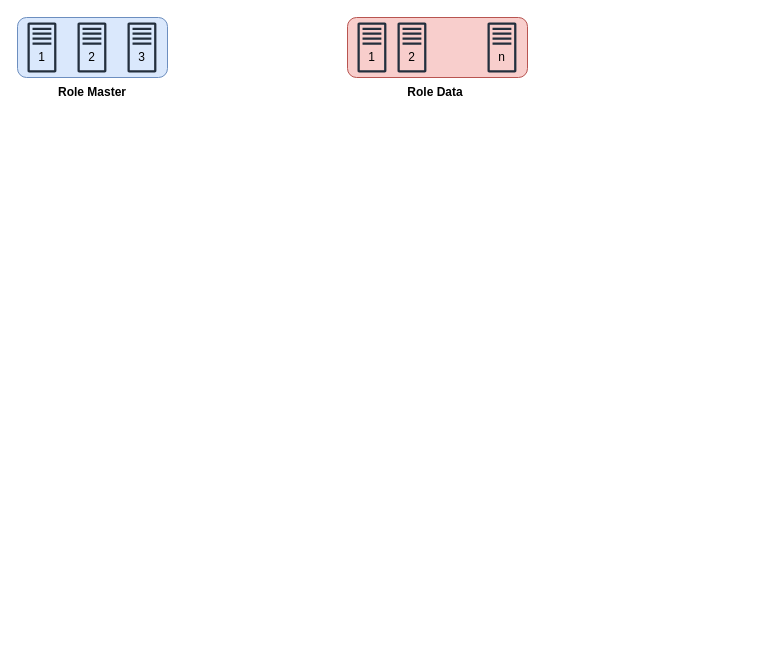
khinhvuphiduong/diagrams.net keeps this draw.io diagram as KiotViet-Search.drawio. Above is the earlier version. Source tidied: cells renumbered, new cells numbered last; positions are measured from the earlier drawing's top-left corner, leaving out a move shared by most shapes. Both pictures are drawn from the tidied source at 100%, with x=0, y=0 at pixel (17, 17).
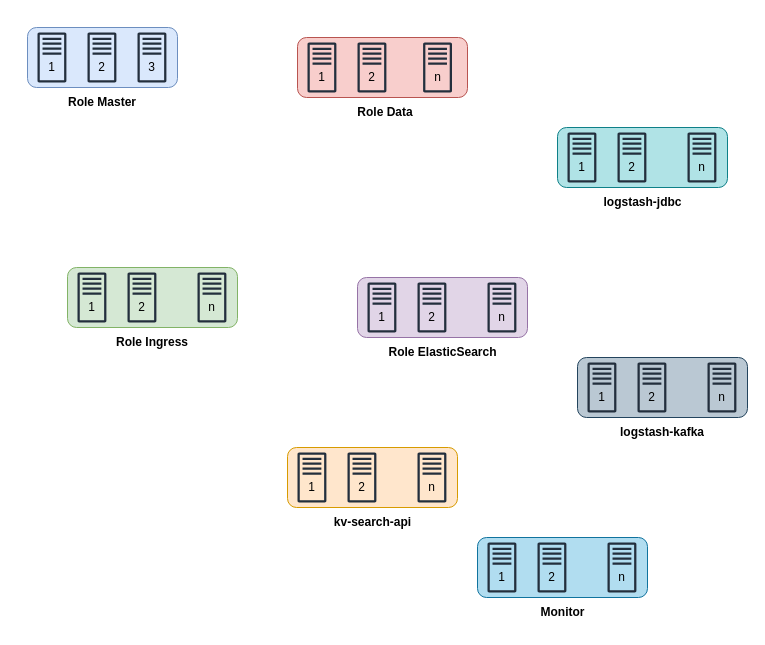
The same diagram, later.

Diff of the diagram source:
```diff
@@
     <mxCell id="2" style="group;" parent="1" vertex="1">
-      <mxGeometry x="330" width="180" height="90" as="geometry" />
+      <mxGeometry x="280" y="20" width="180" height="90" as="geometry" />
     </mxCell>
     <mxCell id="3" style="rounded=1;whiteSpace=wrap;html=1;fillColor=#f8cecc;strokeColor=#b85450;" parent="2" vertex="1">
-      <mxGeometry width="180" height="60" as="geometry" />
+      <mxGeometry width="170" height="60" as="geometry" />
     </mxCell>
     <mxCell id="4" style="sketch=0;fontColor=#232F3E;gradientColor=none;fillColor=#232F3D;strokeColor=none;dashed=0;verticalLabelPosition=bottom;verticalAlign=top;align=center;html=1;fontSize=12;fontStyle=0;shape=mxgraph.aws4.traditional_server;" parent="2" vertex="1">
-      <mxGeometry x="50" y="5" width="28.9" height="50" as="geometry" />
+      <mxGeometry x="60" y="5" width="28.9" height="50" as="geometry" />
     </mxCell>
     <mxCell id="5" value="2" style="text;html=1;align=center;verticalAlign=middle;whiteSpace=wrap;rounded=0;" parent="2" vertex="1">
-      <mxGeometry x="52.9" y="25" width="23" height="30" as="geometry" />
+      <mxGeometry x="62.9" y="25" width="23" height="30" as="geometry" />
     </mxCell>
@@
     <mxCell id="8" style="sketch=0;fontColor=#232F3E;gradientColor=none;fillColor=#232F3D;strokeColor=none;dashed=0;verticalLabelPosition=bottom;verticalAlign=top;align=center;html=1;fontSize=12;fontStyle=0;shape=mxgraph.aws4.traditional_server;" parent="2" vertex="1">
-      <mxGeometry x="140" y="5" width="28.9" height="50" as="geometry" />
+      <mxGeometry x="125.6" y="5" width="28.9" height="50" as="geometry" />
     </mxCell>
     <mxCell id="9" value="n" style="text;html=1;align=center;verticalAlign=middle;whiteSpace=wrap;rounded=0;" parent="2" vertex="1">
-      <mxGeometry x="142.9" y="25" width="23" height="30" as="geometry" />
+      <mxGeometry x="128.5" y="25" width="23" height="30" as="geometry" />
     </mxCell>
@@
     <mxCell id="11" style="group;" parent="1" vertex="1">
-      <mxGeometry width="150" height="90" as="geometry" />
+      <mxGeometry x="50" y="250" width="170" height="90" as="geometry" />
     </mxCell>
-    <mxCell id="12" value="Role Master" style="text;html=1;align=center;verticalAlign=middle;whiteSpace=wrap;rounded=0;fontStyle=1;" parent="11" vertex="1">
-      <mxGeometry x="37.2" y="60" width="75.6" height="30" as="geometry" />
+    <mxCell id="12" value="Role Ingress" style="text;html=1;align=center;verticalAlign=middle;whiteSpace=wrap;rounded=0;fontStyle=1;" parent="11" vertex="1">
+      <mxGeometry x="47.2" y="60" width="75.6" height="30" as="geometry" />
     </mxCell>
-    <mxCell id="13" style="rounded=1;whiteSpace=wrap;html=1;fillColor=#dae8fc;strokeColor=#6c8ebf;" parent="11" vertex="1">
-      <mxGeometry width="150" height="60" as="geometry" />
+    <mxCell id="13" style="rounded=1;whiteSpace=wrap;html=1;fillColor=#d5e8d4;strokeColor=#82b366;" parent="11" vertex="1">
+      <mxGeometry width="170" height="60" as="geometry" />
     </mxCell>
@@
     <mxCell id="16" style="sketch=0;fontColor=#232F3E;gradientColor=none;fillColor=#232F3D;strokeColor=none;dashed=0;verticalLabelPosition=bottom;verticalAlign=top;align=center;html=1;fontSize=12;fontStyle=0;shape=mxgraph.aws4.traditional_server;" parent="11" vertex="1">
-      <mxGeometry x="110" y="5" width="28.9" height="50" as="geometry" />
+      <mxGeometry x="130" y="5" width="28.9" height="50" as="geometry" />
     </mxCell>
@@
-    <mxCell id="19" value="3" style="text;html=1;align=center;verticalAlign=middle;whiteSpace=wrap;rounded=0;" parent="11" vertex="1">
-      <mxGeometry x="112.9" y="25" width="23" height="30" as="geometry" />
+    <mxCell id="19" value="n" style="text;html=1;align=center;verticalAlign=middle;whiteSpace=wrap;rounded=0;" parent="11" vertex="1">
+      <mxGeometry x="132.9" y="25" width="23" height="30" as="geometry" />
     </mxCell>
+    <mxCell id="20" style="group;" parent="1" vertex="1">
+      <mxGeometry x="10" y="10" width="150" height="90" as="geometry" />
+    </mxCell>
+    <mxCell id="21" value="Role Master" style="text;html=1;align=center;verticalAlign=middle;whiteSpace=wrap;rounded=0;fontStyle=1;" parent="20" vertex="1">
+      <mxGeometry x="37.2" y="60" width="75.6" height="30" as="geometry" />
+    </mxCell>
+    <mxCell id="22" style="rounded=1;whiteSpace=wrap;html=1;fillColor=#dae8fc;strokeColor=#6c8ebf;" parent="20" vertex="1">
+      <mxGeometry width="150" height="60" as="geometry" />
+    </mxCell>
+    <mxCell id="23" style="sketch=0;fontColor=#232F3E;gradientColor=none;fillColor=#232F3D;strokeColor=none;dashed=0;verticalLabelPosition=bottom;verticalAlign=top;align=center;html=1;fontSize=12;fontStyle=0;shape=mxgraph.aws4.traditional_server;" parent="20" vertex="1">
+      <mxGeometry x="10" y="5" width="28.9" height="50" as="geometry" />
+    </mxCell>
+    <mxCell id="24" style="sketch=0;fontColor=#232F3E;gradientColor=none;fillColor=#232F3D;strokeColor=none;dashed=0;verticalLabelPosition=bottom;verticalAlign=top;align=center;html=1;fontSize=12;fontStyle=0;shape=mxgraph.aws4.traditional_server;" parent="20" vertex="1">
+      <mxGeometry x="60" y="5" width="28.9" height="50" as="geometry" />
+    </mxCell>
+    <mxCell id="25" style="sketch=0;fontColor=#232F3E;gradientColor=none;fillColor=#232F3D;strokeColor=none;dashed=0;verticalLabelPosition=bottom;verticalAlign=top;align=center;html=1;fontSize=12;fontStyle=0;shape=mxgraph.aws4.traditional_server;" parent="20" vertex="1">
+      <mxGeometry x="110" y="5" width="28.9" height="50" as="geometry" />
+    </mxCell>
+    <mxCell id="26" value="1" style="text;html=1;align=center;verticalAlign=middle;whiteSpace=wrap;rounded=0;" parent="20" vertex="1">
+      <mxGeometry x="12.9" y="25" width="23" height="30" as="geometry" />
+    </mxCell>
+    <mxCell id="27" value="2" style="text;html=1;align=center;verticalAlign=middle;whiteSpace=wrap;rounded=0;" parent="20" vertex="1">
+      <mxGeometry x="62.9" y="25" width="23" height="30" as="geometry" />
+    </mxCell>
+    <mxCell id="28" value="3" style="text;html=1;align=center;verticalAlign=middle;whiteSpace=wrap;rounded=0;" parent="20" vertex="1">
+      <mxGeometry x="112.9" y="25" width="23" height="30" as="geometry" />
+    </mxCell>
+    <mxCell id="29" style="group;" parent="1" vertex="1">
+      <mxGeometry x="340" y="260" width="170" height="90" as="geometry" />
+    </mxCell>
+    <mxCell id="30" value="Role ElasticSearch" style="text;html=1;align=center;verticalAlign=middle;whiteSpace=wrap;rounded=0;fontStyle=1;" parent="29" vertex="1">
+      <mxGeometry x="28.6" y="60" width="112.8" height="30" as="geometry" />
+    </mxCell>
+    <mxCell id="31" style="rounded=1;whiteSpace=wrap;html=1;fillColor=#e1d5e7;strokeColor=#9673a6;" parent="29" vertex="1">
+      <mxGeometry width="170" height="60" as="geometry" />
+    </mxCell>
+    <mxCell id="32" style="sketch=0;fontColor=#232F3E;gradientColor=none;fillColor=#232F3D;strokeColor=none;dashed=0;verticalLabelPosition=bottom;verticalAlign=top;align=center;html=1;fontSize=12;fontStyle=0;shape=mxgraph.aws4.traditional_server;" parent="29" vertex="1">
+      <mxGeometry x="10" y="5" width="28.9" height="50" as="geometry" />
+    </mxCell>
+    <mxCell id="33" style="sketch=0;fontColor=#232F3E;gradientColor=none;fillColor=#232F3D;strokeColor=none;dashed=0;verticalLabelPosition=bottom;verticalAlign=top;align=center;html=1;fontSize=12;fontStyle=0;shape=mxgraph.aws4.traditional_server;" parent="29" vertex="1">
+      <mxGeometry x="60" y="5" width="28.9" height="50" as="geometry" />
+    </mxCell>
+    <mxCell id="34" style="sketch=0;fontColor=#232F3E;gradientColor=none;fillColor=#232F3D;strokeColor=none;dashed=0;verticalLabelPosition=bottom;verticalAlign=top;align=center;html=1;fontSize=12;fontStyle=0;shape=mxgraph.aws4.traditional_server;" parent="29" vertex="1">
+      <mxGeometry x="130" y="5" width="28.9" height="50" as="geometry" />
+    </mxCell>
+    <mxCell id="35" value="1" style="text;html=1;align=center;verticalAlign=middle;whiteSpace=wrap;rounded=0;" parent="29" vertex="1">
+      <mxGeometry x="12.9" y="25" width="23" height="30" as="geometry" />
+    </mxCell>
+    <mxCell id="36" value="2" style="text;html=1;align=center;verticalAlign=middle;whiteSpace=wrap;rounded=0;" parent="29" vertex="1">
+      <mxGeometry x="62.9" y="25" width="23" height="30" as="geometry" />
+    </mxCell>
+    <mxCell id="37" value="n" style="text;html=1;align=center;verticalAlign=middle;whiteSpace=wrap;rounded=0;" parent="29" vertex="1">
+      <mxGeometry x="132.9" y="25" width="23" height="30" as="geometry" />
+    </mxCell>
+    <mxCell id="38" style="group;" parent="1" vertex="1">
+      <mxGeometry x="270" y="430" width="170" height="90" as="geometry" />
+    </mxCell>
+    <mxCell id="39" value="kv-search-api" style="text;html=1;align=center;verticalAlign=middle;whiteSpace=wrap;rounded=0;fontStyle=1;" parent="38" vertex="1">
+      <mxGeometry x="43.6" y="60" width="82.8" height="30" as="geometry" />
+    </mxCell>
+    <mxCell id="40" style="rounded=1;whiteSpace=wrap;html=1;fillColor=#ffe6cc;strokeColor=#d79b00;" parent="38" vertex="1">
+      <mxGeometry width="170" height="60" as="geometry" />
+    </mxCell>
+    <mxCell id="41" style="sketch=0;fontColor=#232F3E;gradientColor=none;fillColor=#232F3D;strokeColor=none;dashed=0;verticalLabelPosition=bottom;verticalAlign=top;align=center;html=1;fontSize=12;fontStyle=0;shape=mxgraph.aws4.traditional_server;" parent="38" vertex="1">
+      <mxGeometry x="10" y="5" width="28.9" height="50" as="geometry" />
+    </mxCell>
+    <mxCell id="42" style="sketch=0;fontColor=#232F3E;gradientColor=none;fillColor=#232F3D;strokeColor=none;dashed=0;verticalLabelPosition=bottom;verticalAlign=top;align=center;html=1;fontSize=12;fontStyle=0;shape=mxgraph.aws4.traditional_server;" parent="38" vertex="1">
+      <mxGeometry x="60" y="5" width="28.9" height="50" as="geometry" />
+    </mxCell>
+    <mxCell id="43" style="sketch=0;fontColor=#232F3E;gradientColor=none;fillColor=#232F3D;strokeColor=none;dashed=0;verticalLabelPosition=bottom;verticalAlign=top;align=center;html=1;fontSize=12;fontStyle=0;shape=mxgraph.aws4.traditional_server;" parent="38" vertex="1">
+      <mxGeometry x="130" y="5" width="28.9" height="50" as="geometry" />
+    </mxCell>
+    <mxCell id="44" value="1" style="text;html=1;align=center;verticalAlign=middle;whiteSpace=wrap;rounded=0;" parent="38" vertex="1">
+      <mxGeometry x="12.9" y="25" width="23" height="30" as="geometry" />
+    </mxCell>
+    <mxCell id="45" value="2" style="text;html=1;align=center;verticalAlign=middle;whiteSpace=wrap;rounded=0;" parent="38" vertex="1">
+      <mxGeometry x="62.9" y="25" width="23" height="30" as="geometry" />
+    </mxCell>
+    <mxCell id="46" value="n" style="text;html=1;align=center;verticalAlign=middle;whiteSpace=wrap;rounded=0;" parent="38" vertex="1">
+      <mxGeometry x="132.9" y="25" width="23" height="30" as="geometry" />
+    </mxCell>
+    <mxCell id="47" style="group;" parent="1" vertex="1">
+      <mxGeometry x="540" y="110" width="170" height="90" as="geometry" />
+    </mxCell>
+    <mxCell id="48" value="logstash-jdbc" style="text;html=1;align=center;verticalAlign=middle;whiteSpace=wrap;rounded=0;fontStyle=1;" parent="47" vertex="1">
+      <mxGeometry x="43.6" y="60" width="82.8" height="30" as="geometry" />
+    </mxCell>
+    <mxCell id="49" style="rounded=1;whiteSpace=wrap;html=1;fillColor=#b0e3e6;strokeColor=#0e8088;" parent="47" vertex="1">
+      <mxGeometry width="170" height="60" as="geometry" />
+    </mxCell>
+    <mxCell id="50" style="sketch=0;fontColor=#232F3E;gradientColor=none;fillColor=#232F3D;strokeColor=none;dashed=0;verticalLabelPosition=bottom;verticalAlign=top;align=center;html=1;fontSize=12;fontStyle=0;shape=mxgraph.aws4.traditional_server;" parent="47" vertex="1">
+      <mxGeometry x="10" y="5" width="28.9" height="50" as="geometry" />
+    </mxCell>
+    <mxCell id="51" style="sketch=0;fontColor=#232F3E;gradientColor=none;fillColor=#232F3D;strokeColor=none;dashed=0;verticalLabelPosition=bottom;verticalAlign=top;align=center;html=1;fontSize=12;fontStyle=0;shape=mxgraph.aws4.traditional_server;" parent="47" vertex="1">
+      <mxGeometry x="60" y="5" width="28.9" height="50" as="geometry" />
+    </mxCell>
+    <mxCell id="52" style="sketch=0;fontColor=#232F3E;gradientColor=none;fillColor=#232F3D;strokeColor=none;dashed=0;verticalLabelPosition=bottom;verticalAlign=top;align=center;html=1;fontSize=12;fontStyle=0;shape=mxgraph.aws4.traditional_server;" parent="47" vertex="1">
+      <mxGeometry x="130" y="5" width="28.9" height="50" as="geometry" />
+    </mxCell>
+    <mxCell id="53" value="1" style="text;html=1;align=center;verticalAlign=middle;whiteSpace=wrap;rounded=0;" parent="47" vertex="1">
+      <mxGeometry x="12.9" y="25" width="23" height="30" as="geometry" />
+    </mxCell>
+    <mxCell id="54" value="2" style="text;html=1;align=center;verticalAlign=middle;whiteSpace=wrap;rounded=0;" parent="47" vertex="1">
+      <mxGeometry x="62.9" y="25" width="23" height="30" as="geometry" />
+    </mxCell>
+    <mxCell id="55" value="n" style="text;html=1;align=center;verticalAlign=middle;whiteSpace=wrap;rounded=0;" parent="47" vertex="1">
+      <mxGeometry x="132.9" y="25" width="23" height="30" as="geometry" />
+    </mxCell>
+    <mxCell id="56" style="group;" parent="1" vertex="1">
+      <mxGeometry x="560" y="340" width="170" height="90" as="geometry" />
+    </mxCell>
+    <mxCell id="57" value="logstash-kafka" style="text;html=1;align=center;verticalAlign=middle;whiteSpace=wrap;rounded=0;fontStyle=1;" parent="56" vertex="1">
+      <mxGeometry x="36.8" y="60" width="96.4" height="30" as="geometry" />
+    </mxCell>
+    <mxCell id="58" style="rounded=1;whiteSpace=wrap;html=1;fillColor=#bac8d3;strokeColor=#23445d;" parent="56" vertex="1">
+      <mxGeometry width="170" height="60" as="geometry" />
+    </mxCell>
+    <mxCell id="59" style="sketch=0;fontColor=#232F3E;gradientColor=none;fillColor=#232F3D;strokeColor=none;dashed=0;verticalLabelPosition=bottom;verticalAlign=top;align=center;html=1;fontSize=12;fontStyle=0;shape=mxgraph.aws4.traditional_server;" parent="56" vertex="1">
+      <mxGeometry x="10" y="5" width="28.9" height="50" as="geometry" />
+    </mxCell>
+    <mxCell id="60" style="sketch=0;fontColor=#232F3E;gradientColor=none;fillColor=#232F3D;strokeColor=none;dashed=0;verticalLabelPosition=bottom;verticalAlign=top;align=center;html=1;fontSize=12;fontStyle=0;shape=mxgraph.aws4.traditional_server;" parent="56" vertex="1">
+      <mxGeometry x="60" y="5" width="28.9" height="50" as="geometry" />
+    </mxCell>
+    <mxCell id="61" style="sketch=0;fontColor=#232F3E;gradientColor=none;fillColor=#232F3D;strokeColor=none;dashed=0;verticalLabelPosition=bottom;verticalAlign=top;align=center;html=1;fontSize=12;fontStyle=0;shape=mxgraph.aws4.traditional_server;" parent="56" vertex="1">
+      <mxGeometry x="130" y="5" width="28.9" height="50" as="geometry" />
+    </mxCell>
+    <mxCell id="62" value="1" style="text;html=1;align=center;verticalAlign=middle;whiteSpace=wrap;rounded=0;" parent="56" vertex="1">
+      <mxGeometry x="12.9" y="25" width="23" height="30" as="geometry" />
+    </mxCell>
+    <mxCell id="63" value="2" style="text;html=1;align=center;verticalAlign=middle;whiteSpace=wrap;rounded=0;" parent="56" vertex="1">
+      <mxGeometry x="62.9" y="25" width="23" height="30" as="geometry" />
+    </mxCell>
+    <mxCell id="64" value="n" style="text;html=1;align=center;verticalAlign=middle;whiteSpace=wrap;rounded=0;" parent="56" vertex="1">
+      <mxGeometry x="132.9" y="25" width="23" height="30" as="geometry" />
+    </mxCell>
+    <mxCell id="65" style="group;" parent="1" vertex="1">
+      <mxGeometry x="460" y="520" width="170" height="90" as="geometry" />
+    </mxCell>
+    <mxCell id="66" value="Monitor" style="text;html=1;align=center;verticalAlign=middle;whiteSpace=wrap;rounded=0;fontStyle=1;" parent="65" vertex="1">
+      <mxGeometry x="43.6" y="60" width="82.8" height="30" as="geometry" />
+    </mxCell>
+    <mxCell id="67" style="rounded=1;whiteSpace=wrap;html=1;fillColor=#b1ddf0;strokeColor=#10739e;" parent="65" vertex="1">
+      <mxGeometry width="170" height="60" as="geometry" />
+    </mxCell>
+    <mxCell id="68" style="sketch=0;fontColor=#232F3E;gradientColor=none;fillColor=#232F3D;strokeColor=none;dashed=0;verticalLabelPosition=bottom;verticalAlign=top;align=center;html=1;fontSize=12;fontStyle=0;shape=mxgraph.aws4.traditional_server;" parent="65" vertex="1">
+      <mxGeometry x="10" y="5" width="28.9" height="50" as="geometry" />
+    </mxCell>
+    <mxCell id="69" style="sketch=0;fontColor=#232F3E;gradientColor=none;fillColor=#232F3D;strokeColor=none;dashed=0;verticalLabelPosition=bottom;verticalAlign=top;align=center;html=1;fontSize=12;fontStyle=0;shape=mxgraph.aws4.traditional_server;" parent="65" vertex="1">
+      <mxGeometry x="60" y="5" width="28.9" height="50" as="geometry" />
+    </mxCell>
+    <mxCell id="70" style="sketch=0;fontColor=#232F3E;gradientColor=none;fillColor=#232F3D;strokeColor=none;dashed=0;verticalLabelPosition=bottom;verticalAlign=top;align=center;html=1;fontSize=12;fontStyle=0;shape=mxgraph.aws4.traditional_server;" parent="65" vertex="1">
+      <mxGeometry x="130" y="5" width="28.9" height="50" as="geometry" />
+    </mxCell>
+    <mxCell id="71" value="1" style="text;html=1;align=center;verticalAlign=middle;whiteSpace=wrap;rounded=0;" parent="65" vertex="1">
+      <mxGeometry x="12.9" y="25" width="23" height="30" as="geometry" />
+    </mxCell>
+    <mxCell id="72" value="2" style="text;html=1;align=center;verticalAlign=middle;whiteSpace=wrap;rounded=0;" parent="65" vertex="1">
+      <mxGeometry x="62.9" y="25" width="23" height="30" as="geometry" />
+    </mxCell>
+    <mxCell id="73" value="n" style="text;html=1;align=center;verticalAlign=middle;whiteSpace=wrap;rounded=0;" parent="65" vertex="1">
+      <mxGeometry x="132.9" y="25" width="23" height="30" as="geometry" />
+    </mxCell>
```
